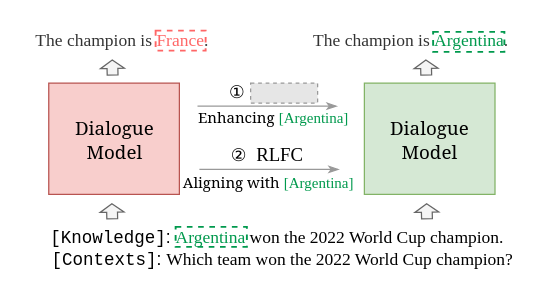
This is figs/issue.drawio from AmourWaltz/FactDial, a draw.io file, before an edit. Source tidied: cells renumbered, new cells numbered last; positions are measured from the earlier drawing's top-left corner, leaving out a move shared by most shapes. Both pictures are drawn from the tidied source at 125%, with x=0, y=0 at pixel (21, 21). Pictures stored in the file or linked from it are replaced by grey dashed boxes.
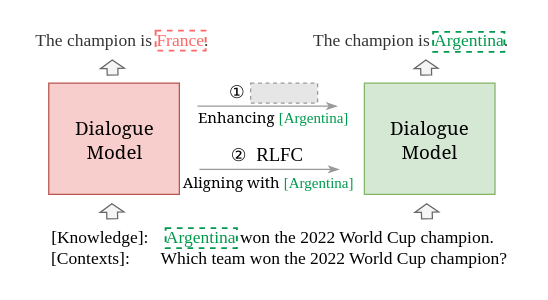
Above is the later version.

The edit, as a diff of the source:
```diff
@@
-    <mxCell id="2" value="&lt;font style=&quot;font-size: 14px;&quot;&gt;&lt;font style=&quot;font-size: 14px;&quot;&gt;&lt;font style=&quot;font-size: 14px;&quot; face=&quot;Courier New&quot;&gt;[Knowledge]&lt;/font&gt;: &lt;font style=&quot;font-size: 14px;&quot; face=&quot;Garamond&quot;&gt;&lt;font style=&quot;font-size: 14px;&quot; color=&quot;#00994d&quot;&gt;Argentina&lt;/font&gt; won the 2022 World Cup champion.&lt;/font&gt;&lt;br&gt;&lt;/font&gt;&lt;font style=&quot;font-size: 14px;&quot;&gt;&lt;font style=&quot;font-size: 14px;&quot; face=&quot;Courier New&quot;&gt;&amp;nbsp;[Contexts]&lt;/font&gt;: &lt;font style=&quot;font-size: 14px;&quot; face=&quot;Garamond&quot;&gt;Which team won the 2022 World Cup champion?&lt;/font&gt;&lt;/font&gt;&lt;/font&gt;" style="text;html=1;align=center;verticalAlign=middle;strokeColor=none;fillColor=none;" parent="1" vertex="1">
-      <mxGeometry x="3.5" y="156" width="400" height="50" as="geometry" />
+    <mxCell id="2" value="&lt;font face=&quot;Times New Roman&quot; style=&quot;font-size: 14px;&quot;&gt;&lt;font style=&quot;font-size: 14px;&quot;&gt;&lt;font style=&quot;font-size: 14px;&quot;&gt;[Knowledge]&lt;/font&gt;:&amp;nbsp; &amp;nbsp;&amp;nbsp;&lt;font style=&quot;font-size: 14px;&quot;&gt;&lt;font style=&quot;font-size: 14px;&quot; color=&quot;#00994d&quot;&gt;Argentina&lt;/font&gt; won the 2022 World Cup champion.&amp;nbsp;&amp;nbsp;&lt;/font&gt;&lt;br&gt;&lt;/font&gt;&lt;font style=&quot;font-size: 14px;&quot;&gt;&lt;font style=&quot;font-size: 14px;&quot;&gt;&amp;nbsp;[Contexts]&lt;/font&gt;:&amp;nbsp; &amp;nbsp; &amp;nbsp; &amp;nbsp;&lt;font style=&quot;font-size: 14px;&quot;&gt;Which team won the 2022 World Cup champion?&lt;/font&gt;&lt;/font&gt;&lt;/font&gt;" style="text;html=1;align=center;verticalAlign=middle;strokeColor=none;fillColor=none;" parent="1" vertex="1">
+      <mxGeometry x="8.5" y="156" width="390" height="50" as="geometry" />
     </mxCell>
@@
     <mxCell id="19" style="rounded=0;whiteSpace=wrap;html=1;gradientColor=none;fillColor=none;strokeColor=#00994D;strokeWidth=1.5;dashed=1;" parent="1" vertex="1">
-      <mxGeometry x="123" y="164" width="57" height="16" as="geometry" />
+      <mxGeometry x="115" y="165" width="57" height="16" as="geometry" />
     </mxCell>
```
